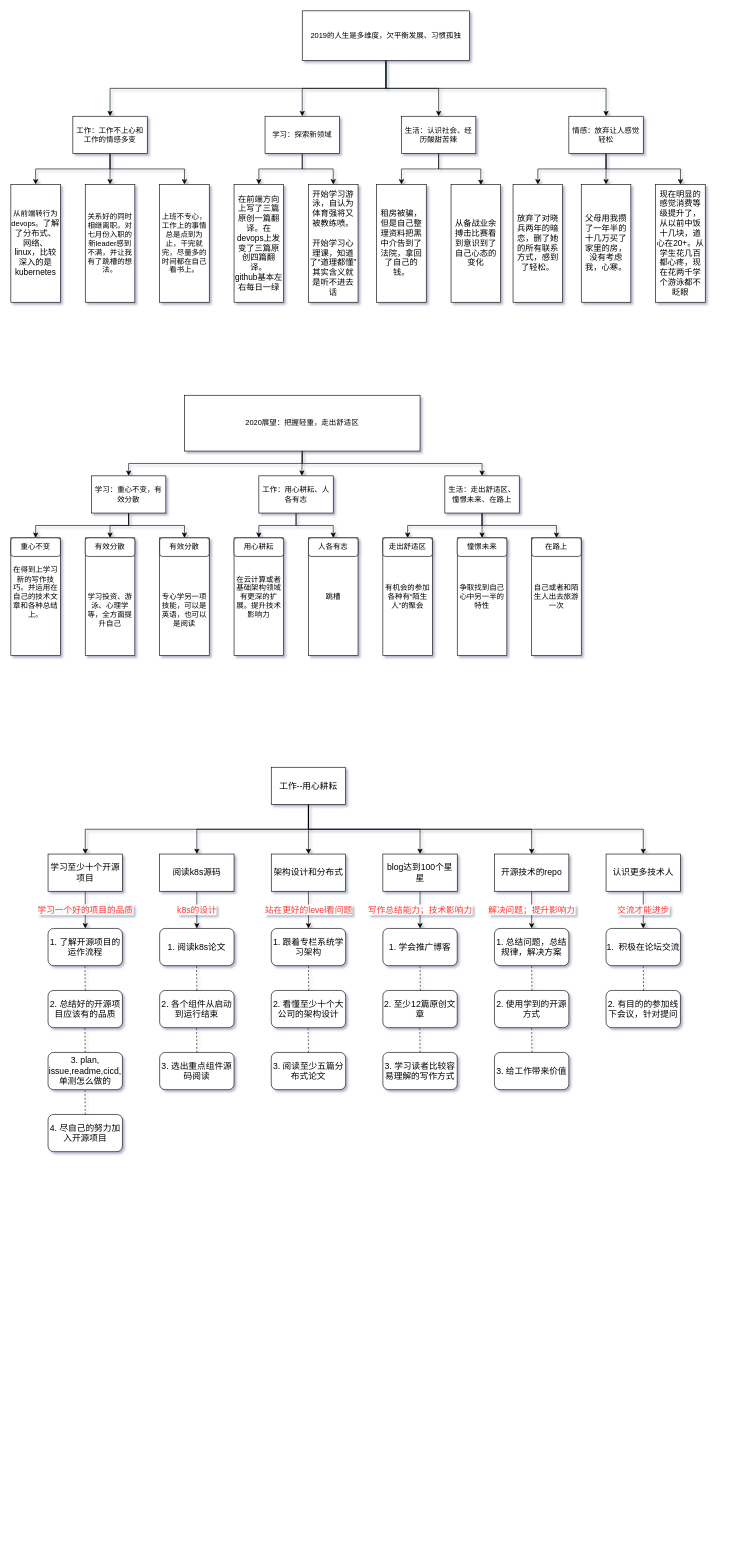
Earlier version of the draw.io diagram 2019-summary.drawio (helios741/plan). Source tidied: cells renumbered, new cells numbered last; positions are measured from the earlier drawing's top-left corner, leaving out a move shared by most shapes. Both pictures are drawn from the tidied source at 62%, with x=0, y=0 at pixel (11, 11).
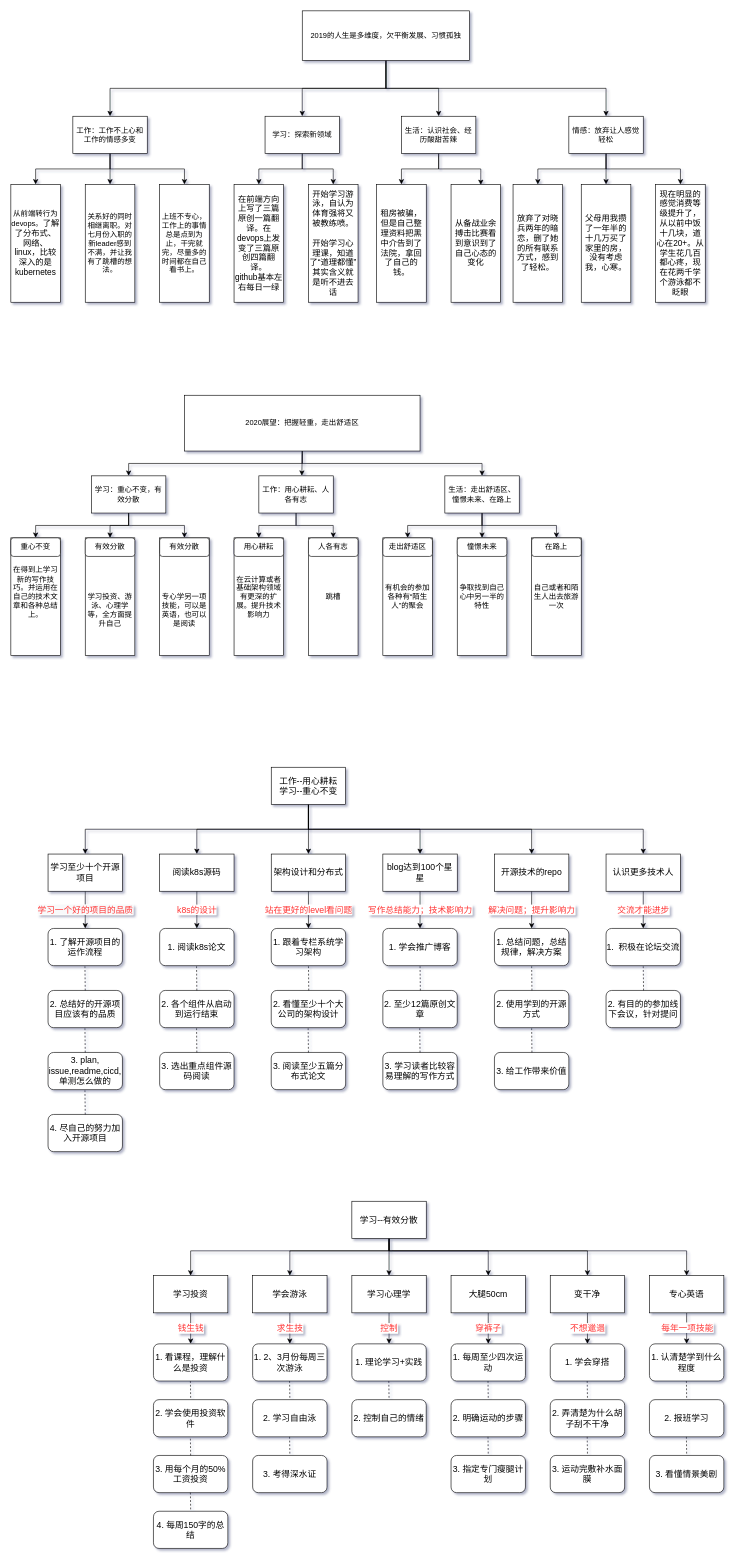
The same page after the edit.

Diff of the diagram source:
```diff
@@
-    <mxCell id="68" value="工作--用心耕耘" style="rounded=0;whiteSpace=wrap;html=1;fontSize=14;" parent="1" vertex="1">
+    <mxCell id="68" value="工作--用心耕耘&lt;br&gt;学习--重心不变" style="rounded=0;whiteSpace=wrap;html=1;fontSize=14;" parent="1" vertex="1">
       <mxGeometry x="420" y="1220" width="120" height="60" as="geometry" />
     </mxCell>
@@
+    <mxCell id="111" style="edgeStyle=orthogonalEdgeStyle;rounded=0;jettySize=auto;html=1;entryX=0.5;entryY=0;entryDx=0;entryDy=0;fontSize=14;" parent="1" edge="1" source="117" target="119">
+      <mxGeometry relative="1" as="geometry">
+        <Array as="points">
+          <mxPoint x="610" y="2000" />
+          <mxPoint x="290" y="2000" />
+        </Array>
+      </mxGeometry>
+    </mxCell>
+    <mxCell id="112" style="edgeStyle=orthogonalEdgeStyle;rounded=0;jettySize=auto;html=1;entryX=0.5;entryY=0;entryDx=0;entryDy=0;fontSize=14;" parent="1" edge="1" source="117" target="123">
+      <mxGeometry relative="1" as="geometry" />
+    </mxCell>
+    <mxCell id="113" style="edgeStyle=orthogonalEdgeStyle;rounded=0;jettySize=auto;html=1;fontSize=14;" parent="1" edge="1" source="117" target="121">
+      <mxGeometry relative="1" as="geometry">
+        <Array as="points">
+          <mxPoint x="610" y="2000" />
+          <mxPoint x="450" y="2000" />
+        </Array>
+      </mxGeometry>
+    </mxCell>
+    <mxCell id="114" style="edgeStyle=orthogonalEdgeStyle;rounded=0;jettySize=auto;html=1;entryX=0.5;entryY=0;entryDx=0;entryDy=0;fontSize=14;" parent="1" edge="1" source="117" target="127">
+      <mxGeometry relative="1" as="geometry">
+        <Array as="points">
+          <mxPoint x="610" y="2000" />
+          <mxPoint x="930" y="2000" />
+        </Array>
+      </mxGeometry>
+    </mxCell>
+    <mxCell id="115" style="edgeStyle=orthogonalEdgeStyle;rounded=0;jettySize=auto;html=1;entryX=0.5;entryY=0;entryDx=0;entryDy=0;fontSize=14;" parent="1" edge="1" source="117" target="125">
+      <mxGeometry relative="1" as="geometry">
+        <Array as="points">
+          <mxPoint x="610" y="2000" />
+          <mxPoint x="770" y="2000" />
+        </Array>
+      </mxGeometry>
+    </mxCell>
+    <mxCell id="116" style="edgeStyle=orthogonalEdgeStyle;rounded=0;jettySize=auto;html=1;fontSize=14;" parent="1" edge="1" source="117" target="145">
+      <mxGeometry relative="1" as="geometry">
+        <Array as="points">
+          <mxPoint x="610" y="2000" />
+          <mxPoint x="1090" y="2000" />
+        </Array>
+      </mxGeometry>
+    </mxCell>
+    <mxCell id="117" value="学习--有效分散" style="rounded=0;whiteSpace=wrap;html=1;fontSize=14;" parent="1" vertex="1">
+      <mxGeometry x="550" y="1920" width="120" height="60" as="geometry" />
+    </mxCell>
+    <mxCell id="118" value="&lt;font color=&quot;#ff3333&quot;&gt;钱生钱&lt;/font&gt;" style="edgeStyle=orthogonalEdgeStyle;rounded=0;jettySize=auto;html=1;fontSize=14;" parent="1" edge="1" source="119" target="128">
+      <mxGeometry relative="1" as="geometry" />
+    </mxCell>
+    <mxCell id="119" value="学习投资" style="rounded=0;whiteSpace=wrap;html=1;fontSize=14;" parent="1" vertex="1">
+      <mxGeometry x="230" y="2040" width="120" height="60" as="geometry" />
+    </mxCell>
+    <mxCell id="120" value="&lt;font color=&quot;#ff3333&quot;&gt;求生技&lt;/font&gt;" style="edgeStyle=orthogonalEdgeStyle;rounded=0;jettySize=auto;html=1;fontSize=14;" parent="1" edge="1" source="121" target="132">
+      <mxGeometry relative="1" as="geometry" />
+    </mxCell>
+    <mxCell id="121" value="学会游泳" style="rounded=0;whiteSpace=wrap;html=1;fontSize=14;" parent="1" vertex="1">
+      <mxGeometry x="390" y="2040" width="120" height="60" as="geometry" />
+    </mxCell>
+    <mxCell id="122" value="&lt;font color=&quot;#ff3333&quot;&gt;控制&lt;/font&gt;" style="edgeStyle=orthogonalEdgeStyle;rounded=0;jettySize=auto;html=1;fontSize=14;" parent="1" edge="1" source="123" target="135">
+      <mxGeometry relative="1" as="geometry">
+        <Array as="points">
+          <mxPoint x="610" y="2120" />
+          <mxPoint x="610" y="2120" />
+        </Array>
+      </mxGeometry>
+    </mxCell>
+    <mxCell id="123" value="学习心理学" style="rounded=0;whiteSpace=wrap;html=1;fontSize=14;" parent="1" vertex="1">
+      <mxGeometry x="550" y="2040" width="120" height="60" as="geometry" />
+    </mxCell>
+    <mxCell id="124" value="&lt;font color=&quot;#ff3333&quot;&gt;穿裤子&lt;/font&gt;" style="edgeStyle=orthogonalEdgeStyle;rounded=0;jettySize=auto;html=1;fontSize=14;" parent="1" edge="1" source="125" target="137">
+      <mxGeometry relative="1" as="geometry">
+        <Array as="points">
+          <mxPoint x="770" y="2130" />
+          <mxPoint x="770" y="2130" />
+        </Array>
+      </mxGeometry>
+    </mxCell>
+    <mxCell id="125" value="大腿50cm" style="rounded=0;whiteSpace=wrap;html=1;fontSize=14;" parent="1" vertex="1">
+      <mxGeometry x="710" y="2040" width="120" height="60" as="geometry" />
+    </mxCell>
+    <mxCell id="126" value="&lt;font color=&quot;#ff3333&quot;&gt;不想邋遢&lt;/font&gt;" style="edgeStyle=orthogonalEdgeStyle;rounded=0;jettySize=auto;html=1;fontSize=14;" parent="1" edge="1" source="127" target="140">
+      <mxGeometry relative="1" as="geometry">
+        <Array as="points">
+          <mxPoint x="930" y="2130" />
+          <mxPoint x="930" y="2130" />
+        </Array>
+      </mxGeometry>
+    </mxCell>
+    <mxCell id="127" value="变干净" style="rounded=0;whiteSpace=wrap;html=1;fontSize=14;" parent="1" vertex="1">
+      <mxGeometry x="870" y="2040" width="120" height="60" as="geometry" />
+    </mxCell>
+    <mxCell id="128" value="1. 看课程，理解什么是投资" style="rounded=1;whiteSpace=wrap;html=1;fontSize=14;" parent="1" vertex="1">
+      <mxGeometry x="230" y="2150" width="120" height="60" as="geometry" />
+    </mxCell>
+    <mxCell id="129" value="2. 学会使用投资软件" style="rounded=1;whiteSpace=wrap;html=1;fontSize=14;" parent="1" vertex="1">
+      <mxGeometry x="230" y="2240" width="120" height="60" as="geometry" />
+    </mxCell>
+    <mxCell id="130" value="3. 用每个月的50%工资投资" style="rounded=1;whiteSpace=wrap;html=1;fontSize=14;" parent="1" vertex="1">
+      <mxGeometry x="230" y="2330" width="120" height="60" as="geometry" />
+    </mxCell>
+    <mxCell id="131" value="4. 每周150字的总结" style="rounded=1;whiteSpace=wrap;html=1;fontSize=14;" parent="1" vertex="1">
+      <mxGeometry x="230" y="2420" width="120" height="60" as="geometry" />
+    </mxCell>
+    <mxCell id="132" value="1. 2、3月份每周三次游泳" style="rounded=1;whiteSpace=wrap;html=1;fontSize=14;" parent="1" vertex="1">
+      <mxGeometry x="390" y="2150" width="120" height="60" as="geometry" />
+    </mxCell>
+    <mxCell id="133" value="2. 学习自由泳" style="rounded=1;whiteSpace=wrap;html=1;fontSize=14;" parent="1" vertex="1">
+      <mxGeometry x="390" y="2240" width="120" height="60" as="geometry" />
+    </mxCell>
+    <mxCell id="134" value="3. 考得深水证" style="rounded=1;whiteSpace=wrap;html=1;fontSize=14;" parent="1" vertex="1">
+      <mxGeometry x="390" y="2330" width="120" height="60" as="geometry" />
+    </mxCell>
+    <mxCell id="135" value="1. 理论学习+实践" style="rounded=1;whiteSpace=wrap;html=1;fontSize=14;" parent="1" vertex="1">
+      <mxGeometry x="550" y="2150" width="120" height="60" as="geometry" />
+    </mxCell>
+    <mxCell id="136" value="2. 控制自己的情绪" style="rounded=1;whiteSpace=wrap;html=1;fontSize=14;" parent="1" vertex="1">
+      <mxGeometry x="550" y="2240" width="120" height="60" as="geometry" />
+    </mxCell>
+    <mxCell id="137" value="1. 每周至少四次运动" style="rounded=1;whiteSpace=wrap;html=1;fontSize=14;" parent="1" vertex="1">
+      <mxGeometry x="710" y="2150" width="120" height="60" as="geometry" />
+    </mxCell>
+    <mxCell id="138" value="2. 明确运动的步骤" style="rounded=1;whiteSpace=wrap;html=1;fontSize=14;" parent="1" vertex="1">
+      <mxGeometry x="710" y="2240" width="120" height="60" as="geometry" />
+    </mxCell>
+    <mxCell id="139" value="3. 指定专门瘦腿计划" style="rounded=1;whiteSpace=wrap;html=1;fontSize=14;" parent="1" vertex="1">
+      <mxGeometry x="710" y="2330" width="120" height="60" as="geometry" />
+    </mxCell>
+    <mxCell id="140" value="1. 学会穿搭" style="rounded=1;whiteSpace=wrap;html=1;fontSize=14;" parent="1" vertex="1">
+      <mxGeometry x="870" y="2150" width="120" height="60" as="geometry" />
+    </mxCell>
+    <mxCell id="141" value="2. 弄清楚为什么胡子刮不干净" style="rounded=1;whiteSpace=wrap;html=1;fontSize=14;" parent="1" vertex="1">
+      <mxGeometry x="870" y="2240" width="120" height="60" as="geometry" />
+    </mxCell>
+    <mxCell id="142" value="3. 运动完敷补水面膜" style="rounded=1;whiteSpace=wrap;html=1;fontSize=14;" parent="1" vertex="1">
+      <mxGeometry x="870" y="2330" width="120" height="60" as="geometry" />
+    </mxCell>
+    <mxCell id="143" style="edgeStyle=orthogonalEdgeStyle;rounded=0;jettySize=auto;html=1;fontSize=14;" parent="1" edge="1" source="145" target="146">
+      <mxGeometry relative="1" as="geometry" />
+    </mxCell>
+    <mxCell id="144" value="&lt;font color=&quot;#ff3333&quot;&gt;每年一项技能&lt;/font&gt;" style="text;html=1;align=center;verticalAlign=middle;labelBackgroundColor=#ffffff;fontSize=14;" parent="143" vertex="1">
+      <mxGeometry x="-0.08" relative="1" as="geometry" />
+    </mxCell>
+    <mxCell id="145" value="专心英语" style="rounded=0;whiteSpace=wrap;html=1;fontSize=14;" parent="1" vertex="1">
+      <mxGeometry x="1030" y="2040" width="120" height="60" as="geometry" />
+    </mxCell>
+    <mxCell id="146" value="1. 认清楚学到什么程度" style="rounded=1;whiteSpace=wrap;html=1;fontSize=14;" parent="1" vertex="1">
+      <mxGeometry x="1030" y="2150" width="120" height="60" as="geometry" />
+    </mxCell>
+    <mxCell id="147" value="2. 报班学习" style="rounded=1;whiteSpace=wrap;html=1;fontSize=14;" parent="1" vertex="1">
+      <mxGeometry x="1030" y="2240" width="120" height="60" as="geometry" />
+    </mxCell>
+    <mxCell id="148" value="3. 看懂情景美剧" style="rounded=1;whiteSpace=wrap;html=1;fontSize=14;" parent="1" vertex="1">
+      <mxGeometry x="1030" y="2330" width="120" height="60" as="geometry" />
+    </mxCell>
+    <mxCell id="149" style="endArrow=none;html=1;entryX=0.5;entryY=1;entryDx=0;entryDy=0;dashed=1;fontSize=14;" parent="1" edge="1">
+      <mxGeometry relative="1" as="geometry">
+        <mxPoint x="290" y="2237" as="sourcePoint" />
+        <mxPoint x="289.6" y="2210" as="targetPoint" />
+      </mxGeometry>
+    </mxCell>
+    <mxCell id="150" style="endArrow=none;html=1;entryX=0.5;entryY=1;entryDx=0;entryDy=0;dashed=1;fontSize=14;" parent="1" edge="1">
+      <mxGeometry relative="1" as="geometry">
+        <mxPoint x="290" y="2330" as="sourcePoint" />
+        <mxPoint x="289.6" y="2303" as="targetPoint" />
+      </mxGeometry>
+    </mxCell>
+    <mxCell id="151" style="endArrow=none;html=1;entryX=0.5;entryY=1;entryDx=0;entryDy=0;dashed=1;fontSize=14;" parent="1" edge="1">
+      <mxGeometry relative="1" as="geometry">
+        <mxPoint x="290" y="2417" as="sourcePoint" />
+        <mxPoint x="289.6" y="2390" as="targetPoint" />
+      </mxGeometry>
+    </mxCell>
+    <mxCell id="152" style="endArrow=none;html=1;entryX=0.5;entryY=1;entryDx=0;entryDy=0;dashed=1;fontSize=14;" parent="1" edge="1">
+      <mxGeometry relative="1" as="geometry">
+        <mxPoint x="450" y="2327" as="sourcePoint" />
+        <mxPoint x="449.6" y="2300" as="targetPoint" />
+      </mxGeometry>
+    </mxCell>
+    <mxCell id="153" style="endArrow=none;html=1;entryX=0.5;entryY=1;entryDx=0;entryDy=0;dashed=1;fontSize=14;" parent="1" edge="1">
+      <mxGeometry relative="1" as="geometry">
+        <mxPoint x="450" y="2237" as="sourcePoint" />
+        <mxPoint x="449.6" y="2210" as="targetPoint" />
+      </mxGeometry>
+    </mxCell>
+    <mxCell id="154" style="endArrow=none;html=1;entryX=0.5;entryY=1;entryDx=0;entryDy=0;dashed=1;fontSize=14;" parent="1" edge="1">
+      <mxGeometry relative="1" as="geometry">
+        <mxPoint x="610" y="2237" as="sourcePoint" />
+        <mxPoint x="609.6" y="2210" as="targetPoint" />
+      </mxGeometry>
+    </mxCell>
+    <mxCell id="155" style="endArrow=none;html=1;entryX=0.5;entryY=1;entryDx=0;entryDy=0;dashed=1;fontSize=14;" parent="1" edge="1">
+      <mxGeometry relative="1" as="geometry">
+        <mxPoint x="770" y="2237" as="sourcePoint" />
+        <mxPoint x="769.6" y="2210" as="targetPoint" />
+      </mxGeometry>
+    </mxCell>
+    <mxCell id="156" style="endArrow=none;html=1;entryX=0.5;entryY=1;entryDx=0;entryDy=0;dashed=1;fontSize=14;" parent="1" edge="1">
+      <mxGeometry relative="1" as="geometry">
+        <mxPoint x="770" y="2327" as="sourcePoint" />
+        <mxPoint x="769.6" y="2300" as="targetPoint" />
+      </mxGeometry>
+    </mxCell>
+    <mxCell id="157" style="endArrow=none;html=1;entryX=0.5;entryY=1;entryDx=0;entryDy=0;dashed=1;fontSize=14;" parent="1" edge="1">
+      <mxGeometry relative="1" as="geometry">
+        <mxPoint x="930" y="2237" as="sourcePoint" />
+        <mxPoint x="929.6" y="2210" as="targetPoint" />
+      </mxGeometry>
+    </mxCell>
+    <mxCell id="158" style="endArrow=none;html=1;entryX=0.5;entryY=1;entryDx=0;entryDy=0;dashed=1;fontSize=14;" parent="1" edge="1">
+      <mxGeometry relative="1" as="geometry">
+        <mxPoint x="930" y="2327" as="sourcePoint" />
+        <mxPoint x="929.6" y="2300" as="targetPoint" />
+      </mxGeometry>
+    </mxCell>
+    <mxCell id="159" style="endArrow=none;html=1;entryX=0.5;entryY=1;entryDx=0;entryDy=0;dashed=1;fontSize=14;" parent="1" edge="1">
+      <mxGeometry relative="1" as="geometry">
+        <mxPoint x="1090" y="2237" as="sourcePoint" />
+        <mxPoint x="1089.6" y="2210" as="targetPoint" />
+      </mxGeometry>
+    </mxCell>
+    <mxCell id="160" style="endArrow=none;html=1;entryX=0.5;entryY=1;entryDx=0;entryDy=0;dashed=1;fontSize=14;" parent="1" edge="1">
+      <mxGeometry relative="1" as="geometry">
+        <mxPoint x="1090" y="2327" as="sourcePoint" />
+        <mxPoint x="1089.6" y="2300" as="targetPoint" />
+      </mxGeometry>
+    </mxCell>
```
